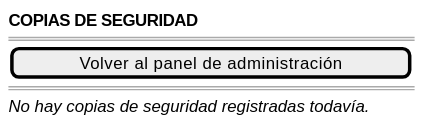
Before: images/RUP/01-requisitos/03-detalle-casos-uso/consultarCopiasSeguridad/wireframe-vacia.svg, a diagram exported from PlantUML (mmasias/pyCeldaPublico).
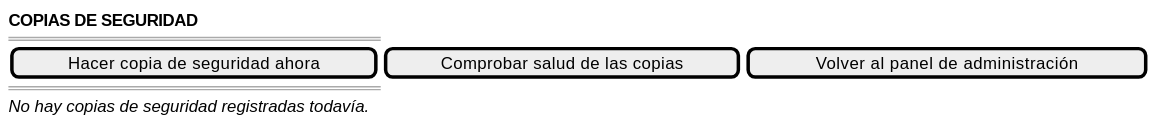
After the change.

Diff of the diagram source:
```diff
@@ -2,7 +2,7 @@
 {
     <b>COPIAS DE SEGURIDAD</b>
     ====
-    [ Volver al panel de administración ]
+    [ Hacer copia de seguridad ahora ] | [ Comprobar salud de las copias ] | [ Volver al panel de administración ]
     ====
     <i>No hay copias de seguridad registradas todavía.</i>
 }
```
